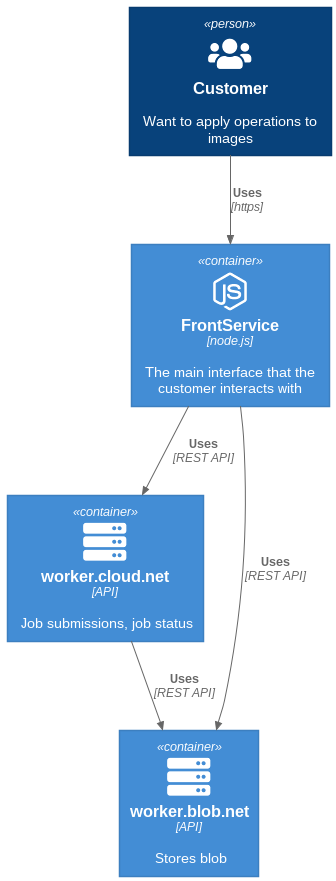
Earlier version of the PlantUML export out/diagrams/c4_context/c4_context.png (enricodangelo/ptc_test).
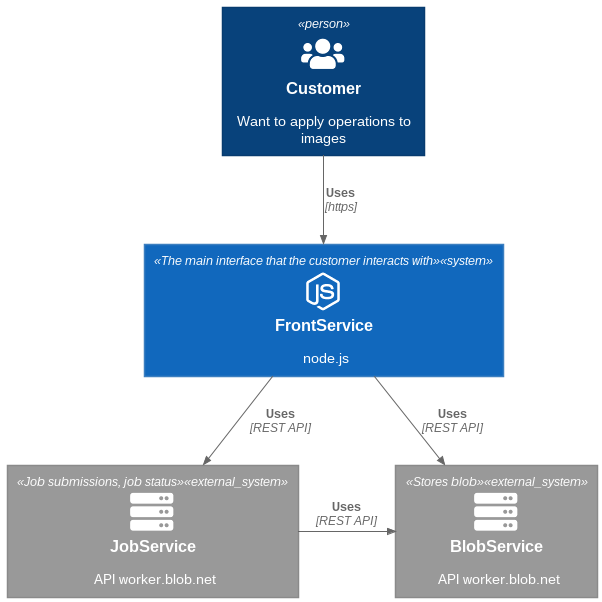
After the change.

What changed in the source:
```diff
@@ -1,5 +1,5 @@
 @startuml
-!include https://raw.githubusercontent.com/plantuml-stdlib/C4-PlantUML/master/C4_Container.puml
+!include https://raw.githubusercontent.com/plantuml-stdlib/C4-PlantUML/master/C4_Context.puml
 
 !define DEVICONS https://raw.githubusercontent.com/tupadr3/plantuml-icon-font-sprites/master/devicons
 !define FONTAWESOME https://raw.githubusercontent.com/tupadr3/plantuml-icon-font-sprites/master/font-awesome-5
@@ -10,14 +10,14 @@
 
 Person(user, "Customer", "Want to apply operations to images", $sprite="users")
 
-Container(fs, "FrontService", "node.js", "The main interface that the customer interacts with", $sprite="nodejs_small")
+System(fs, "FrontService", "node.js", "The main interface that the customer interacts with", $sprite="nodejs_small")
 
-Container(jsapi, "worker.cloud.net", "API", "Job submissions, job status", $sprite="server")
-Container(bsapi, "worker.blob.net", "API", "Stores blob", $sprite="server")
+System_Ext(jsapi, "JobService", "API worker.blob.net", "Job submissions, job status", $sprite="server")
+System_Ext(bsapi, "BlobService", "API worker.blob.net", "Stores blob", $sprite="server")
 
 
 Rel(user, fs, "Uses", "https")
 Rel(fs, jsapi, "Uses", "REST API")
 Rel(fs, bsapi, "Uses", "REST API")
-Rel(jsapi, bsapi, "Uses", "REST API")
+Rel_R(jsapi, bsapi, "Uses", "REST API")
 @enduml
```
